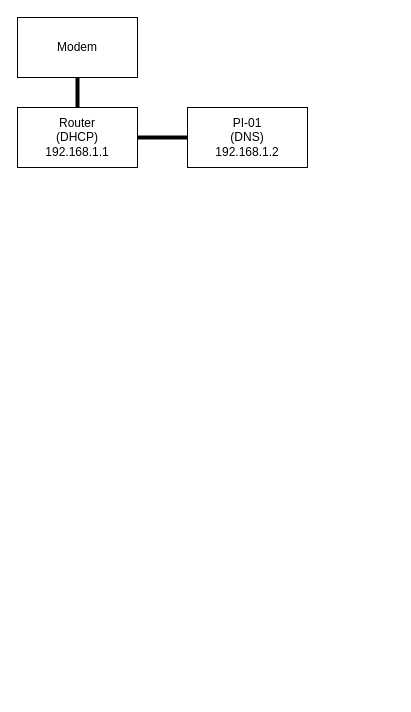
JadenMay/Homelab keeps this draw.io diagram as Homelab.drawio. Above is the earlier version. Source tidied: cells renumbered, new cells numbered last; positions are measured from the earlier drawing's top-left corner, leaving out a move shared by most shapes. Both pictures are drawn from the tidied source at 100%, with x=0, y=0 at pixel (17, 17).
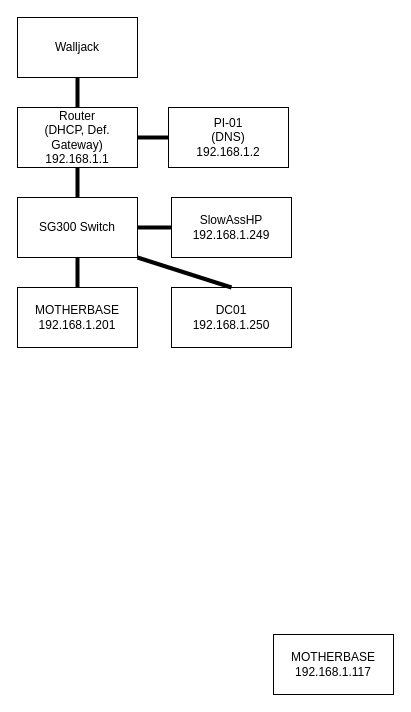
The same page after the edit.

Change to the diagram source:
```diff
@@
 <mxGraphModel background="#FFFFFF">
   <root>
     <mxCell id="0" />
     <mxCell id="1" parent="0" />
+    <mxCell id="8" style="group;" parent="1" vertex="1">
+      <mxGeometry width="290" height="330" as="geometry" />
+    </mxCell>
-    <mxCell id="2" style="group;" parent="1" vertex="1">
+    <mxCell id="2" style="group;" parent="8" vertex="1">
       <mxGeometry width="290" height="150" as="geometry" />
     </mxCell>
-    <mxCell id="3" value="Modem" style="rounded=0;whiteSpace=wrap;html=1;fontFamily=Helvetica;" parent="2" vertex="1">
+    <mxCell id="3" value="Walljack" style="rounded=0;whiteSpace=wrap;html=1;fontFamily=Helvetica;" parent="2" vertex="1">
       <mxGeometry width="120" height="60" as="geometry" />
     </mxCell>
-    <mxCell id="4" value="Router&lt;br&gt;(DHCP)&lt;br&gt;192.168.1.1" style="rounded=0;whiteSpace=wrap;html=1;fontFamily=Helvetica;" parent="2" vertex="1">
+    <mxCell id="4" value="Router&lt;br&gt;(DHCP, Def. Gateway)&lt;br&gt;192.168.1.1" style="rounded=0;whiteSpace=wrap;html=1;fontFamily=Helvetica;" parent="2" vertex="1">
       <mxGeometry y="90" width="120" height="60" as="geometry" />
     </mxCell>
     <mxCell id="5" value="PI-01&lt;br&gt;(DNS)&lt;br&gt;192.168.1.2" style="rounded=0;whiteSpace=wrap;html=1;fontFamily=Helvetica;" parent="2" vertex="1">
-      <mxGeometry x="170" y="90" width="120" height="60" as="geometry" />
+      <mxGeometry x="151" y="90" width="120" height="60" as="geometry" />
     </mxCell>
     <mxCell id="6" style="endArrow=none;html=1;rounded=0;fontFamily=Helvetica;entryX=0.5;entryY=1;entryDx=0;entryDy=0;strokeWidth=4;" parent="2" edge="1" target="3">
       <mxGeometry relative="1" as="geometry">
         <mxPoint x="60" y="90" as="sourcePoint" />
       </mxGeometry>
     </mxCell>
     <mxCell id="7" style="endArrow=none;html=1;rounded=0;fontFamily=Helvetica;entryX=1;entryY=0.5;entryDx=0;entryDy=0;strokeWidth=4;exitX=0;exitY=0.5;exitDx=0;exitDy=0;" parent="2" edge="1" source="5" target="4">
       <mxGeometry relative="1" as="geometry" />
     </mxCell>
+    <mxCell id="9" style="endArrow=none;html=1;rounded=0;fontFamily=Helvetica;strokeWidth=4;exitX=0.5;exitY=1;exitDx=0;exitDy=0;entryX=0.5;entryY=0;entryDx=0;entryDy=0;" parent="8" edge="1" source="4" target="10">
+      <mxGeometry relative="1" as="geometry" />
+    </mxCell>
+    <mxCell id="10" value="SG300 Switch" style="rounded=0;whiteSpace=wrap;html=1;fontFamily=Helvetica;" parent="8" vertex="1">
+      <mxGeometry y="180" width="120" height="60" as="geometry" />
+    </mxCell>
+    <mxCell id="11" style="endArrow=none;html=1;rounded=0;fontFamily=Helvetica;strokeWidth=4;exitX=0.5;exitY=1;exitDx=0;exitDy=0;entryX=0.5;entryY=0;entryDx=0;entryDy=0;" parent="8" edge="1" source="10" target="12">
+      <mxGeometry relative="1" as="geometry" />
+    </mxCell>
+    <mxCell id="12" value="MOTHERBASE&lt;br&gt;192.168.1.201" style="rounded=0;whiteSpace=wrap;html=1;fontFamily=Helvetica;" parent="8" vertex="1">
+      <mxGeometry y="270" width="120" height="60" as="geometry" />
+    </mxCell>
+    <mxCell id="13" value="SlowAssHP&lt;br&gt;192.168.1.249" style="rounded=0;whiteSpace=wrap;html=1;fontFamily=Helvetica;" parent="8" vertex="1">
+      <mxGeometry x="154" y="180" width="120" height="60" as="geometry" />
+    </mxCell>
+    <mxCell id="14" value="DC01&lt;br&gt;192.168.1.250" style="rounded=0;whiteSpace=wrap;html=1;fontFamily=Helvetica;" parent="8" vertex="1">
+      <mxGeometry x="154" y="270" width="120" height="60" as="geometry" />
+    </mxCell>
+    <mxCell id="15" style="endArrow=none;html=1;rounded=0;fontFamily=Helvetica;strokeWidth=4;exitX=1;exitY=1;exitDx=0;exitDy=0;entryX=0.5;entryY=0;entryDx=0;entryDy=0;" parent="8" edge="1" source="10" target="14">
+      <mxGeometry relative="1" as="geometry" />
+    </mxCell>
+    <mxCell id="16" style="endArrow=none;html=1;rounded=0;fontFamily=Helvetica;strokeWidth=4;exitX=1;exitY=0.5;exitDx=0;exitDy=0;entryX=0;entryY=0.5;entryDx=0;entryDy=0;" parent="8" edge="1" source="10" target="13">
+      <mxGeometry relative="1" as="geometry" />
+    </mxCell>
+    <mxCell id="17" value="MOTHERBASE&lt;br&gt;192.168.1.117" style="rounded=0;whiteSpace=wrap;html=1;fontFamily=Helvetica;" parent="1" vertex="1">
+      <mxGeometry x="256" y="617" width="120" height="60" as="geometry" />
+    </mxCell>
   </root>
 </mxGraphModel>
```
